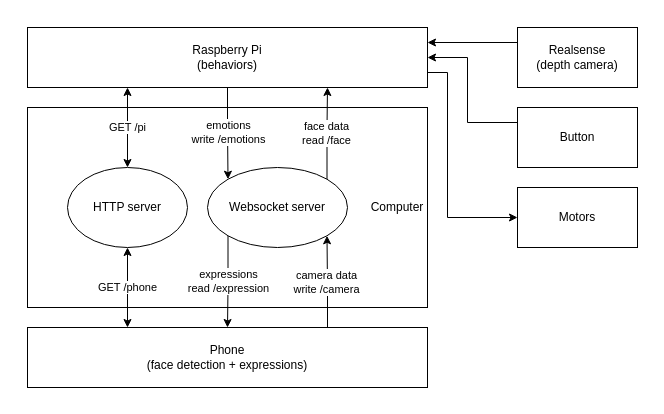
GabrielRStella/CSCE635Project keeps this draw.io diagram as diagrams/architecture.drawio. Above is the earlier version. Source tidied: cells renumbered, new cells numbered last; positions are measured from the earlier drawing's top-left corner, leaving out a move shared by most shapes. Both pictures are drawn from the tidied source at 100%, with x=0, y=0 at pixel (17, 17).
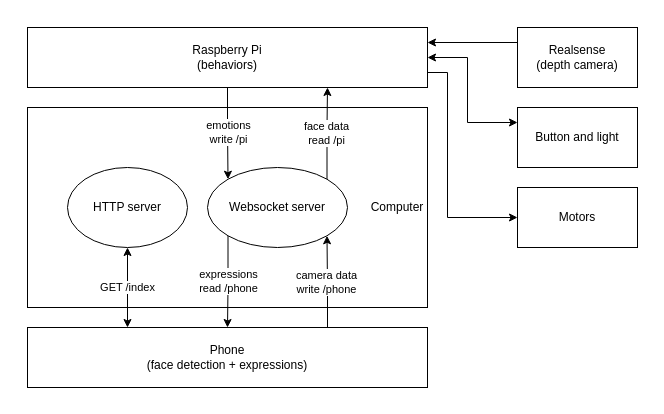
After the change.

Commit message (it also covers changes not shown here):
revise architecture diagram

Unchanged cells that the change refers to:
```xml
<mxCell id="6" value="Raspberry Pi&lt;br&gt;(behaviors)" style="rounded=0;whiteSpace=wrap;html=1;" parent="1" vertex="1">
  <mxGeometry x="10" y="10" width="400" height="60" as="geometry" />
</mxCell>
<mxCell id="12" value="Phone&lt;br&gt;(face detection + expressions)" style="rounded=0;whiteSpace=wrap;html=1;" parent="1" vertex="1">
  <mxGeometry x="10" y="310" width="400" height="60" as="geometry" />
</mxCell>
<mxCell id="17" value="HTTP server" style="ellipse;whiteSpace=wrap;html=1;" parent="1" vertex="1">
  <mxGeometry x="50" y="150" width="120" height="80" as="geometry" />
</mxCell>
<mxCell id="19" value="Websocket server" style="ellipse;whiteSpace=wrap;html=1;" parent="1" vertex="1">
  <mxGeometry x="190" y="150" width="140" height="80" as="geometry" />
</mxCell>
```

The edit, as a diff of the source:
```diff
@@
-    <mxCell id="4" value="emotions&lt;br&gt;write /emotions" style="edgeStyle=orthogonalEdgeStyle;rounded=0;jettySize=auto;html=1;exitX=0.5;exitY=1;exitDx=0;exitDy=0;entryX=0;entryY=0;entryDx=0;entryDy=0;" parent="1" edge="1" source="6" target="19">
+    <mxCell id="4" value="emotions&lt;br&gt;write /pi" style="edgeStyle=orthogonalEdgeStyle;rounded=0;jettySize=auto;html=1;exitX=0.5;exitY=1;exitDx=0;exitDy=0;entryX=0;entryY=0;entryDx=0;entryDy=0;" parent="1" edge="1" source="6" target="19">
       <mxGeometry relative="1" as="geometry" />
     </mxCell>
@@
-    <mxCell id="9" style="edgeStyle=orthogonalEdgeStyle;rounded=0;jettySize=auto;html=1;exitX=0;exitY=0.25;exitDx=0;exitDy=0;entryX=1;entryY=0.5;entryDx=0;entryDy=0;" parent="1" edge="1" source="10" target="6">
+    <mxCell id="9" style="edgeStyle=orthogonalEdgeStyle;rounded=0;jettySize=auto;html=1;exitX=0;exitY=0.25;exitDx=0;exitDy=0;entryX=1;entryY=0.5;entryDx=0;entryDy=0;startArrow=classic;startFill=1;" parent="1" edge="1" source="10" target="6">
       <mxGeometry relative="1" as="geometry">
         <Array as="points">
           <mxPoint x="450" y="105" />
           <mxPoint x="450" y="40" />
         </Array>
       </mxGeometry>
     </mxCell>
-    <mxCell id="10" value="Button" style="rounded=0;whiteSpace=wrap;html=1;" parent="1" vertex="1">
+    <mxCell id="10" value="Button and light" style="rounded=0;whiteSpace=wrap;html=1;" parent="1" vertex="1">
       <mxGeometry x="500" y="90" width="120" height="60" as="geometry" />
     </mxCell>
-    <mxCell id="11" value="camera data&lt;br&gt;write /camera" style="edgeStyle=orthogonalEdgeStyle;rounded=0;jettySize=auto;html=1;exitX=0.75;exitY=0;exitDx=0;exitDy=0;entryX=1;entryY=1;entryDx=0;entryDy=0;" parent="1" edge="1" source="12" target="19">
+    <mxCell id="11" value="camera data&lt;br&gt;write /phone" style="edgeStyle=orthogonalEdgeStyle;rounded=0;jettySize=auto;html=1;exitX=0.75;exitY=0;exitDx=0;exitDy=0;entryX=1;entryY=1;entryDx=0;entryDy=0;" parent="1" edge="1" source="12" target="19">
       <mxGeometry relative="1" as="geometry" />
     </mxCell>
@@
-    <mxCell id="14" value="expressions&lt;br&gt;read /expression" style="edgeStyle=orthogonalEdgeStyle;rounded=0;jettySize=auto;html=1;exitX=0;exitY=1;exitDx=0;exitDy=0;entryX=0.5;entryY=0;entryDx=0;entryDy=0;" parent="1" edge="1" source="19" target="12">
+    <mxCell id="14" value="expressions&lt;br&gt;read /phone" style="edgeStyle=orthogonalEdgeStyle;rounded=0;jettySize=auto;html=1;exitX=0;exitY=1;exitDx=0;exitDy=0;entryX=0.5;entryY=0;entryDx=0;entryDy=0;" parent="1" edge="1" source="19" target="12">
       <mxGeometry relative="1" as="geometry" />
     </mxCell>
-    <mxCell id="15" value="GET /phone" style="edgeStyle=orthogonalEdgeStyle;rounded=0;jettySize=auto;html=1;exitX=0.5;exitY=1;exitDx=0;exitDy=0;entryX=0.25;entryY=0;entryDx=0;entryDy=0;startArrow=classic;startFill=1;" parent="1" edge="1" source="17" target="12">
+    <mxCell id="15" value="GET /index" style="edgeStyle=orthogonalEdgeStyle;rounded=0;jettySize=auto;html=1;exitX=0.5;exitY=1;exitDx=0;exitDy=0;entryX=0.25;entryY=0;entryDx=0;entryDy=0;startArrow=classic;startFill=1;" parent="1" edge="1" source="17" target="12">
       <mxGeometry relative="1" as="geometry" />
     </mxCell>
-    <mxCell id="16" value="GET /pi" style="edgeStyle=orthogonalEdgeStyle;rounded=0;jettySize=auto;html=1;exitX=0.5;exitY=0;exitDx=0;exitDy=0;entryX=0.25;entryY=1;entryDx=0;entryDy=0;startArrow=classic;startFill=1;" parent="1" edge="1" source="17" target="6">
-      <mxGeometry relative="1" as="geometry" />
-    </mxCell>
@@
-    <mxCell id="18" value="face data&lt;br&gt;read /face" style="edgeStyle=orthogonalEdgeStyle;rounded=0;jettySize=auto;html=1;exitX=1;exitY=0;exitDx=0;exitDy=0;entryX=0.75;entryY=1;entryDx=0;entryDy=0;" parent="1" edge="1" source="19" target="6">
+    <mxCell id="18" value="face data&lt;br&gt;read /pi" style="edgeStyle=orthogonalEdgeStyle;rounded=0;jettySize=auto;html=1;exitX=1;exitY=0;exitDx=0;exitDy=0;entryX=0.75;entryY=1;entryDx=0;entryDy=0;" parent="1" edge="1" source="19" target="6">
       <mxGeometry relative="1" as="geometry" />
     </mxCell>
```
